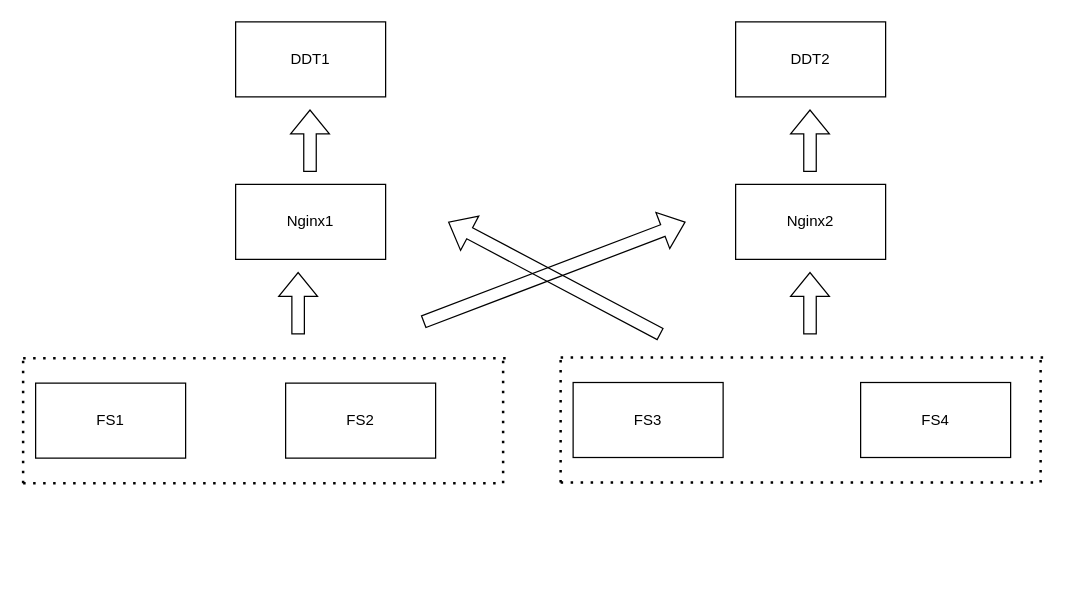
Earlier version of the draw.io diagram Untitled Diagram.drawio (ChunchengHai/Python-for-Everybody). Source tidied: cells renumbered, new cells numbered last; positions are measured from the earlier drawing's top-left corner, leaving out a move shared by most shapes. Both pictures are drawn from the tidied source at 125%, with x=0, y=0 at pixel (22, 21).
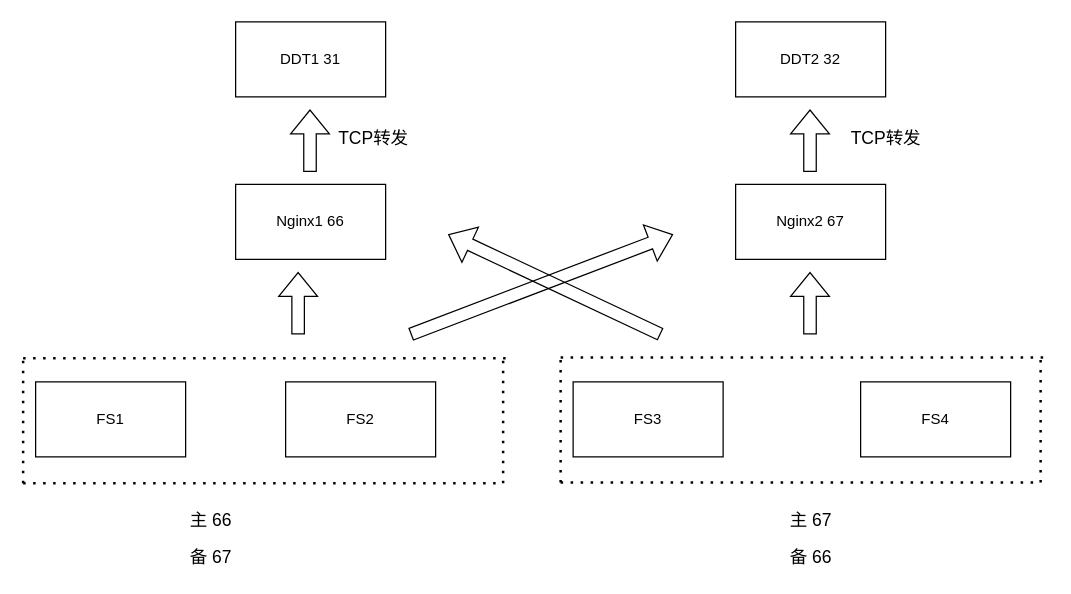
The same diagram, later.

Change to the diagram source:
```diff
@@
     <mxCell id="2" value="FS1" style="rounded=0;whiteSpace=wrap;html=1;" parent="1" vertex="1">
-      <mxGeometry x="10" y="289" width="120" height="60" as="geometry" />
+      <mxGeometry x="10" y="288" width="120" height="60" as="geometry" />
     </mxCell>
     <mxCell id="3" value="FS2" style="rounded=0;whiteSpace=wrap;html=1;" parent="1" vertex="1">
-      <mxGeometry x="210" y="289" width="120" height="60" as="geometry" />
+      <mxGeometry x="210" y="288" width="120" height="60" as="geometry" />
     </mxCell>
-    <mxCell id="4" value="Nginx1" style="rounded=0;whiteSpace=wrap;html=1;" parent="1" vertex="1">
+    <mxCell id="4" value="Nginx1 66" style="rounded=0;whiteSpace=wrap;html=1;" parent="1" vertex="1">
       <mxGeometry x="170" y="130" width="120" height="60" as="geometry" />
     </mxCell>
-    <mxCell id="5" value="Nginx2" style="rounded=0;whiteSpace=wrap;html=1;" parent="1" vertex="1">
+    <mxCell id="5" value="Nginx2 67" style="rounded=0;whiteSpace=wrap;html=1;" parent="1" vertex="1">
       <mxGeometry x="570" y="130" width="120" height="60" as="geometry" />
     </mxCell>
-    <mxCell id="6" value="DDT1" style="rounded=0;whiteSpace=wrap;html=1;" parent="1" vertex="1">
+    <mxCell id="6" value="DDT1 31" style="rounded=0;whiteSpace=wrap;html=1;" parent="1" vertex="1">
       <mxGeometry x="170" width="120" height="60" as="geometry" />
     </mxCell>
-    <mxCell id="7" value="DDT2" style="rounded=0;whiteSpace=wrap;html=1;" parent="1" vertex="1">
+    <mxCell id="7" value="DDT2 32" style="rounded=0;whiteSpace=wrap;html=1;" parent="1" vertex="1">
       <mxGeometry x="570" width="120" height="60" as="geometry" />
     </mxCell>
@@
     <mxCell id="10" style="shape=flexArrow;endArrow=classic;html=1;rounded=0;" parent="1" edge="1">
       <mxGeometry relative="1" as="geometry">
-        <mxPoint x="320" y="240" as="sourcePoint" />
-        <mxPoint x="530" y="160" as="targetPoint" />
+        <mxPoint x="310" y="250" as="sourcePoint" />
+        <mxPoint x="520" y="170" as="targetPoint" />
       </mxGeometry>
     </mxCell>
@@
     <mxCell id="16" value="FS3" style="rounded=0;whiteSpace=wrap;html=1;" parent="1" vertex="1">
-      <mxGeometry x="440" y="288.5" width="120" height="60" as="geometry" />
+      <mxGeometry x="440" y="288" width="120" height="60" as="geometry" />
     </mxCell>
     <mxCell id="17" value="FS4" style="rounded=0;whiteSpace=wrap;html=1;" parent="1" vertex="1">
-      <mxGeometry x="670" y="288.5" width="120" height="60" as="geometry" />
+      <mxGeometry x="670" y="288" width="120" height="60" as="geometry" />
     </mxCell>
@@
     <mxCell id="22" style="shape=flexArrow;endArrow=classic;html=1;rounded=0;" parent="1" edge="1">
       <mxGeometry relative="1" as="geometry">
         <mxPoint x="510" y="250" as="sourcePoint" />
-        <mxPoint x="340" y="160" as="targetPoint" />
+        <mxPoint x="340" y="170" as="targetPoint" />
       </mxGeometry>
     </mxCell>
@@
+    <mxCell id="24" value="&lt;span style=&quot;font-weight: normal;&quot;&gt;&lt;font style=&quot;font-size: 14px;&quot;&gt;TCP转发&lt;/font&gt;&lt;/span&gt;" style="text;strokeColor=none;fillColor=none;html=1;fontSize=24;fontStyle=1;verticalAlign=middle;align=center;" parent="1" vertex="1">
+      <mxGeometry x="230" y="60" width="100" height="60" as="geometry" />
+    </mxCell>
+    <mxCell id="25" value="&lt;span style=&quot;font-weight: normal;&quot;&gt;&lt;font style=&quot;font-size: 14px;&quot;&gt;TCP转发&lt;/font&gt;&lt;/span&gt;" style="text;strokeColor=none;fillColor=none;html=1;fontSize=24;fontStyle=1;verticalAlign=middle;align=center;" parent="1" vertex="1">
+      <mxGeometry x="640" y="60" width="100" height="60" as="geometry" />
+    </mxCell>
+    <mxCell id="26" value="&lt;span style=&quot;font-size: 14px; font-weight: 400;&quot;&gt;主 66&lt;/span&gt;&lt;div&gt;&lt;span style=&quot;font-size: 14px; font-weight: 400;&quot;&gt;备 67&lt;/span&gt;&lt;/div&gt;" style="text;strokeColor=none;fillColor=none;html=1;fontSize=24;fontStyle=1;verticalAlign=middle;align=center;" parent="1" vertex="1">
+      <mxGeometry x="100" y="380" width="100" height="60" as="geometry" />
+    </mxCell>
+    <mxCell id="27" value="&lt;span style=&quot;font-size: 14px; font-weight: 400;&quot;&gt;主 67&lt;/span&gt;&lt;div&gt;&lt;span style=&quot;font-size: 14px; font-weight: 400;&quot;&gt;备 66&lt;/span&gt;&lt;/div&gt;" style="text;strokeColor=none;fillColor=none;html=1;fontSize=24;fontStyle=1;verticalAlign=middle;align=center;" parent="1" vertex="1">
+      <mxGeometry x="580" y="380" width="100" height="60" as="geometry" />
+    </mxCell>
```
